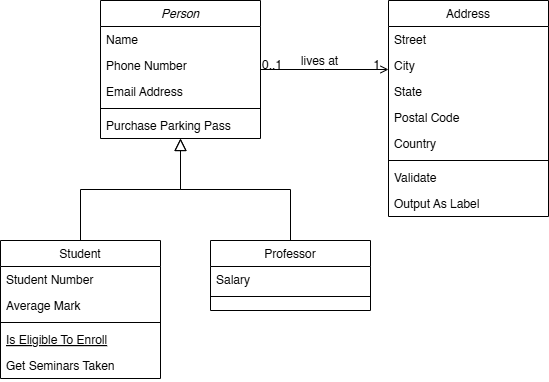
This is 02_activities/assignments/assignment1.drawio.png from markmaramag/sql, a draw.io export, as it was before one commit. Source tidied: cells renumbered, new cells last; positions are measured from the earlier drawing's top-left corner, leaving out a move shared by most shapes. Source of this version:
```xml
<mxGraphModel>
  <root>
    <mxCell id="0" />
    <mxCell id="1" parent="0" />
    <mxCell id="2" value="Person" style="swimlane;fontStyle=2;align=center;verticalAlign=top;horizontal=1;startSize=26;rounded=0;shadow=0;strokeWidth=1;" parent="1" vertex="1">
      <mxGeometry x="100" width="160" height="138" as="geometry" />
    </mxCell>
    <mxCell id="3" value="Name" style="text;align=left;verticalAlign=top;spacingLeft=4;spacingRight=4;overflow=hidden;" parent="2" vertex="1">
      <mxGeometry y="26" width="160" height="26" as="geometry" />
    </mxCell>
    <mxCell id="4" value="Phone Number" style="text;align=left;verticalAlign=top;spacingLeft=4;spacingRight=4;overflow=hidden;rounded=0;shadow=0;html=0;" parent="2" vertex="1">
      <mxGeometry y="52" width="160" height="26" as="geometry" />
    </mxCell>
    <mxCell id="5" value="Email Address" style="text;align=left;verticalAlign=top;spacingLeft=4;spacingRight=4;overflow=hidden;rounded=0;shadow=0;html=0;" parent="2" vertex="1">
      <mxGeometry y="78" width="160" height="26" as="geometry" />
    </mxCell>
    <mxCell id="6" style="line;html=1;strokeWidth=1;align=left;verticalAlign=middle;spacingTop=-1;spacingLeft=3;spacingRight=3;labelPosition=right;" parent="2" vertex="1">
      <mxGeometry y="104" width="160" height="8" as="geometry" />
    </mxCell>
    <mxCell id="7" value="Purchase Parking Pass" style="text;align=left;verticalAlign=top;spacingLeft=4;spacingRight=4;overflow=hidden;" parent="2" vertex="1">
      <mxGeometry y="112" width="160" height="26" as="geometry" />
    </mxCell>
    <mxCell id="8" value="Student" style="swimlane;fontStyle=0;align=center;verticalAlign=top;horizontal=1;startSize=26;rounded=0;shadow=0;strokeWidth=1;" parent="1" vertex="1">
      <mxGeometry y="240" width="160" height="138" as="geometry" />
    </mxCell>
    <mxCell id="9" value="Student Number" style="text;align=left;verticalAlign=top;spacingLeft=4;spacingRight=4;overflow=hidden;" parent="8" vertex="1">
      <mxGeometry y="26" width="160" height="26" as="geometry" />
    </mxCell>
    <mxCell id="10" value="Average Mark" style="text;align=left;verticalAlign=top;spacingLeft=4;spacingRight=4;overflow=hidden;rounded=0;shadow=0;html=0;" parent="8" vertex="1">
      <mxGeometry y="52" width="160" height="26" as="geometry" />
    </mxCell>
    <mxCell id="11" style="line;html=1;strokeWidth=1;align=left;verticalAlign=middle;spacingTop=-1;spacingLeft=3;spacingRight=3;labelPosition=right;" parent="8" vertex="1">
      <mxGeometry y="78" width="160" height="8" as="geometry" />
    </mxCell>
    <mxCell id="12" value="Is Eligible To Enroll" style="text;align=left;verticalAlign=top;spacingLeft=4;spacingRight=4;overflow=hidden;fontStyle=4;" parent="8" vertex="1">
      <mxGeometry y="86" width="160" height="26" as="geometry" />
    </mxCell>
    <mxCell id="13" value="Get Seminars Taken" style="text;align=left;verticalAlign=top;spacingLeft=4;spacingRight=4;overflow=hidden;" parent="8" vertex="1">
      <mxGeometry y="112" width="160" height="26" as="geometry" />
    </mxCell>
    <mxCell id="14" style="endArrow=block;endSize=10;endFill=0;shadow=0;strokeWidth=1;rounded=0;curved=0;edgeStyle=elbowEdgeStyle;elbow=vertical;" parent="1" edge="1" source="8" target="2">
      <mxGeometry relative="1" as="geometry" />
    </mxCell>
    <mxCell id="15" value="Professor" style="swimlane;fontStyle=0;align=center;verticalAlign=top;horizontal=1;startSize=26;rounded=0;shadow=0;strokeWidth=1;" parent="1" vertex="1">
      <mxGeometry x="210" y="240" width="160" height="70" as="geometry" />
    </mxCell>
    <mxCell id="16" value="Salary" style="text;align=left;verticalAlign=top;spacingLeft=4;spacingRight=4;overflow=hidden;" parent="15" vertex="1">
      <mxGeometry y="26" width="160" height="26" as="geometry" />
    </mxCell>
    <mxCell id="17" style="line;html=1;strokeWidth=1;align=left;verticalAlign=middle;spacingTop=-1;spacingLeft=3;spacingRight=3;labelPosition=right;" parent="15" vertex="1">
      <mxGeometry y="52" width="160" height="8" as="geometry" />
    </mxCell>
    <mxCell id="18" style="endArrow=block;endSize=10;endFill=0;shadow=0;strokeWidth=1;rounded=0;curved=0;edgeStyle=elbowEdgeStyle;elbow=vertical;" parent="1" edge="1" source="15" target="2">
      <mxGeometry relative="1" as="geometry" />
    </mxCell>
    <mxCell id="19" value="Address" style="swimlane;fontStyle=0;align=center;verticalAlign=top;horizontal=1;startSize=26;rounded=0;shadow=0;strokeWidth=1;" parent="1" vertex="1">
      <mxGeometry x="388" width="160" height="216" as="geometry" />
    </mxCell>
    <mxCell id="20" value="Street" style="text;align=left;verticalAlign=top;spacingLeft=4;spacingRight=4;overflow=hidden;" parent="19" vertex="1">
      <mxGeometry y="26" width="160" height="26" as="geometry" />
    </mxCell>
    <mxCell id="21" value="City" style="text;align=left;verticalAlign=top;spacingLeft=4;spacingRight=4;overflow=hidden;rounded=0;shadow=0;html=0;" parent="19" vertex="1">
      <mxGeometry y="52" width="160" height="26" as="geometry" />
    </mxCell>
    <mxCell id="22" value="State" style="text;align=left;verticalAlign=top;spacingLeft=4;spacingRight=4;overflow=hidden;rounded=0;shadow=0;html=0;" parent="19" vertex="1">
      <mxGeometry y="78" width="160" height="26" as="geometry" />
    </mxCell>
    <mxCell id="23" value="Postal Code" style="text;align=left;verticalAlign=top;spacingLeft=4;spacingRight=4;overflow=hidden;rounded=0;shadow=0;html=0;" parent="19" vertex="1">
      <mxGeometry y="104" width="160" height="26" as="geometry" />
    </mxCell>
    <mxCell id="24" value="Country" style="text;align=left;verticalAlign=top;spacingLeft=4;spacingRight=4;overflow=hidden;rounded=0;shadow=0;html=0;" parent="19" vertex="1">
      <mxGeometry y="130" width="160" height="26" as="geometry" />
    </mxCell>
    <mxCell id="25" style="line;html=1;strokeWidth=1;align=left;verticalAlign=middle;spacingTop=-1;spacingLeft=3;spacingRight=3;labelPosition=right;" parent="19" vertex="1">
      <mxGeometry y="156" width="160" height="8" as="geometry" />
    </mxCell>
    <mxCell id="26" value="Validate" style="text;align=left;verticalAlign=top;spacingLeft=4;spacingRight=4;overflow=hidden;" parent="19" vertex="1">
      <mxGeometry y="164" width="160" height="26" as="geometry" />
    </mxCell>
    <mxCell id="27" value="Output As Label" style="text;align=left;verticalAlign=top;spacingLeft=4;spacingRight=4;overflow=hidden;" parent="19" vertex="1">
      <mxGeometry y="190" width="160" height="26" as="geometry" />
    </mxCell>
    <mxCell id="28" style="endArrow=open;shadow=0;strokeWidth=1;rounded=0;curved=0;endFill=1;edgeStyle=elbowEdgeStyle;elbow=vertical;" parent="1" edge="1" source="2" target="19">
      <mxGeometry x="0.5" y="41" relative="1" as="geometry">
        <mxPoint x="-40" y="32" as="offset" />
      </mxGeometry>
    </mxCell>
    <mxCell id="29" value="0..1" style="align=left;verticalAlign=bottom;labelBackgroundColor=none;fontSize=12;" parent="28" vertex="1">
      <mxGeometry x="-1" relative="1" as="geometry">
        <mxPoint y="4" as="offset" />
      </mxGeometry>
    </mxCell>
    <mxCell id="30" value="1" style="align=right;verticalAlign=bottom;labelBackgroundColor=none;fontSize=12;" parent="28" vertex="1">
      <mxGeometry x="1" relative="1" as="geometry">
        <mxPoint x="-7" y="4" as="offset" />
      </mxGeometry>
    </mxCell>
    <mxCell id="31" value="lives at" style="text;html=1;align=center;verticalAlign=middle;labelBackgroundColor=none;rounded=0;shadow=0;strokeWidth=1;fontSize=12;" parent="28" vertex="1">
      <mxGeometry x="0.5" y="49" relative="1" as="geometry">
        <mxPoint x="-38" y="40" as="offset" />
      </mxGeometry>
    </mxCell>
  </root>
</mxGraphModel>
```
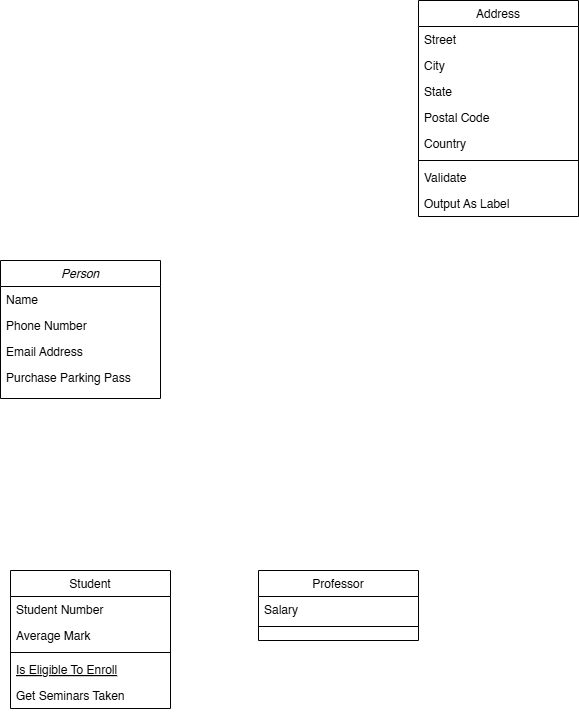
The same file after the commit.

The edit, as a diff of the source:
```diff
@@ -3,7 +3,7 @@
     <mxCell id="0" />
     <mxCell id="1" parent="0" />
     <mxCell id="2" value="Person" style="swimlane;fontStyle=2;align=center;verticalAlign=top;horizontal=1;startSize=26;rounded=0;shadow=0;strokeWidth=1;" parent="1" vertex="1">
-      <mxGeometry x="100" width="160" height="138" as="geometry" />
+      <mxGeometry x="-30" y="260" width="160" height="138" as="geometry" />
     </mxCell>
     <mxCell id="3" value="Name" style="text;align=left;verticalAlign=top;spacingLeft=4;spacingRight=4;overflow=hidden;" parent="2" vertex="1">
       <mxGeometry y="26" width="160" height="26" as="geometry" />
@@ -14,14 +14,11 @@
     <mxCell id="5" value="Email Address" style="text;align=left;verticalAlign=top;spacingLeft=4;spacingRight=4;overflow=hidden;rounded=0;shadow=0;html=0;" parent="2" vertex="1">
       <mxGeometry y="78" width="160" height="26" as="geometry" />
     </mxCell>
-    <mxCell id="6" style="line;html=1;strokeWidth=1;align=left;verticalAlign=middle;spacingTop=-1;spacingLeft=3;spacingRight=3;labelPosition=right;" parent="2" vertex="1">
-      <mxGeometry y="104" width="160" height="8" as="geometry" />
-    </mxCell>
     <mxCell id="7" value="Purchase Parking Pass" style="text;align=left;verticalAlign=top;spacingLeft=4;spacingRight=4;overflow=hidden;" parent="2" vertex="1">
-      <mxGeometry y="112" width="160" height="26" as="geometry" />
+      <mxGeometry y="104" width="160" height="26" as="geometry" />
     </mxCell>
     <mxCell id="8" value="Student" style="swimlane;fontStyle=0;align=center;verticalAlign=top;horizontal=1;startSize=26;rounded=0;shadow=0;strokeWidth=1;" parent="1" vertex="1">
-      <mxGeometry y="240" width="160" height="138" as="geometry" />
+      <mxGeometry x="-20" y="570" width="160" height="138" as="geometry" />
     </mxCell>
     <mxCell id="9" value="Student Number" style="text;align=left;verticalAlign=top;spacingLeft=4;spacingRight=4;overflow=hidden;" parent="8" vertex="1">
       <mxGeometry y="26" width="160" height="26" as="geometry" />
@@ -38,11 +35,8 @@
     <mxCell id="13" value="Get Seminars Taken" style="text;align=left;verticalAlign=top;spacingLeft=4;spacingRight=4;overflow=hidden;" parent="8" vertex="1">
       <mxGeometry y="112" width="160" height="26" as="geometry" />
     </mxCell>
-    <mxCell id="14" style="endArrow=block;endSize=10;endFill=0;shadow=0;strokeWidth=1;rounded=0;curved=0;edgeStyle=elbowEdgeStyle;elbow=vertical;" parent="1" edge="1" source="8" target="2">
-      <mxGeometry relative="1" as="geometry" />
-    </mxCell>
     <mxCell id="15" value="Professor" style="swimlane;fontStyle=0;align=center;verticalAlign=top;horizontal=1;startSize=26;rounded=0;shadow=0;strokeWidth=1;" parent="1" vertex="1">
-      <mxGeometry x="210" y="240" width="160" height="70" as="geometry" />
+      <mxGeometry x="228" y="570" width="160" height="70" as="geometry" />
     </mxCell>
     <mxCell id="16" value="Salary" style="text;align=left;verticalAlign=top;spacingLeft=4;spacingRight=4;overflow=hidden;" parent="15" vertex="1">
       <mxGeometry y="26" width="160" height="26" as="geometry" />
@@ -50,9 +44,6 @@
     <mxCell id="17" style="line;html=1;strokeWidth=1;align=left;verticalAlign=middle;spacingTop=-1;spacingLeft=3;spacingRight=3;labelPosition=right;" parent="15" vertex="1">
       <mxGeometry y="52" width="160" height="8" as="geometry" />
     </mxCell>
-    <mxCell id="18" style="endArrow=block;endSize=10;endFill=0;shadow=0;strokeWidth=1;rounded=0;curved=0;edgeStyle=elbowEdgeStyle;elbow=vertical;" parent="1" edge="1" source="15" target="2">
-      <mxGeometry relative="1" as="geometry" />
-    </mxCell>
     <mxCell id="19" value="Address" style="swimlane;fontStyle=0;align=center;verticalAlign=top;horizontal=1;startSize=26;rounded=0;shadow=0;strokeWidth=1;" parent="1" vertex="1">
       <mxGeometry x="388" width="160" height="216" as="geometry" />
     </mxCell>
@@ -80,25 +71,5 @@
     <mxCell id="27" value="Output As Label" style="text;align=left;verticalAlign=top;spacingLeft=4;spacingRight=4;overflow=hidden;" parent="19" vertex="1">
       <mxGeometry y="190" width="160" height="26" as="geometry" />
     </mxCell>
-    <mxCell id="28" style="endArrow=open;shadow=0;strokeWidth=1;rounded=0;curved=0;endFill=1;edgeStyle=elbowEdgeStyle;elbow=vertical;" parent="1" edge="1" source="2" target="19">
-      <mxGeometry x="0.5" y="41" relative="1" as="geometry">
-        <mxPoint x="-40" y="32" as="offset" />
-      </mxGeometry>
-    </mxCell>
-    <mxCell id="29" value="0..1" style="align=left;verticalAlign=bottom;labelBackgroundColor=none;fontSize=12;" parent="28" vertex="1">
-      <mxGeometry x="-1" relative="1" as="geometry">
-        <mxPoint y="4" as="offset" />
-      </mxGeometry>
-    </mxCell>
-    <mxCell id="30" value="1" style="align=right;verticalAlign=bottom;labelBackgroundColor=none;fontSize=12;" parent="28" vertex="1">
-      <mxGeometry x="1" relative="1" as="geometry">
-        <mxPoint x="-7" y="4" as="offset" />
-      </mxGeometry>
-    </mxCell>
-    <mxCell id="31" value="lives at" style="text;html=1;align=center;verticalAlign=middle;labelBackgroundColor=none;rounded=0;shadow=0;strokeWidth=1;fontSize=12;" parent="28" vertex="1">
-      <mxGeometry x="0.5" y="49" relative="1" as="geometry">
-        <mxPoint x="-38" y="40" as="offset" />
-      </mxGeometry>
-    </mxCell>
   </root>
 </mxGraphModel>
```
